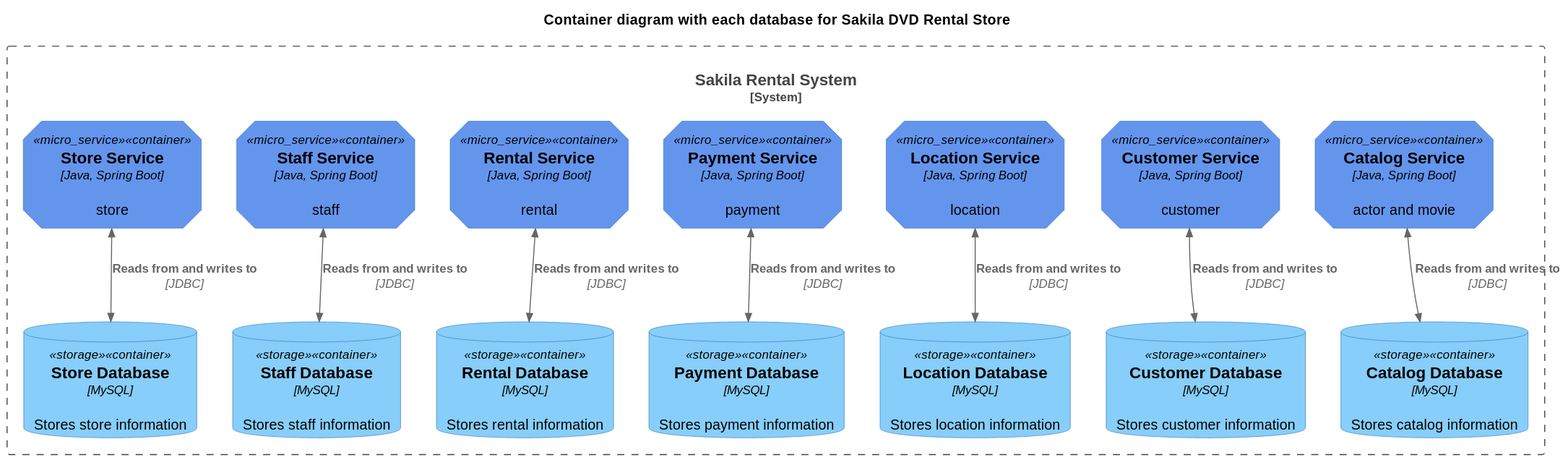
codejsha/sakila-microservices keeps this PlantUML diagram as diagram/sakila-db-container.svg. Above is the earlier version.
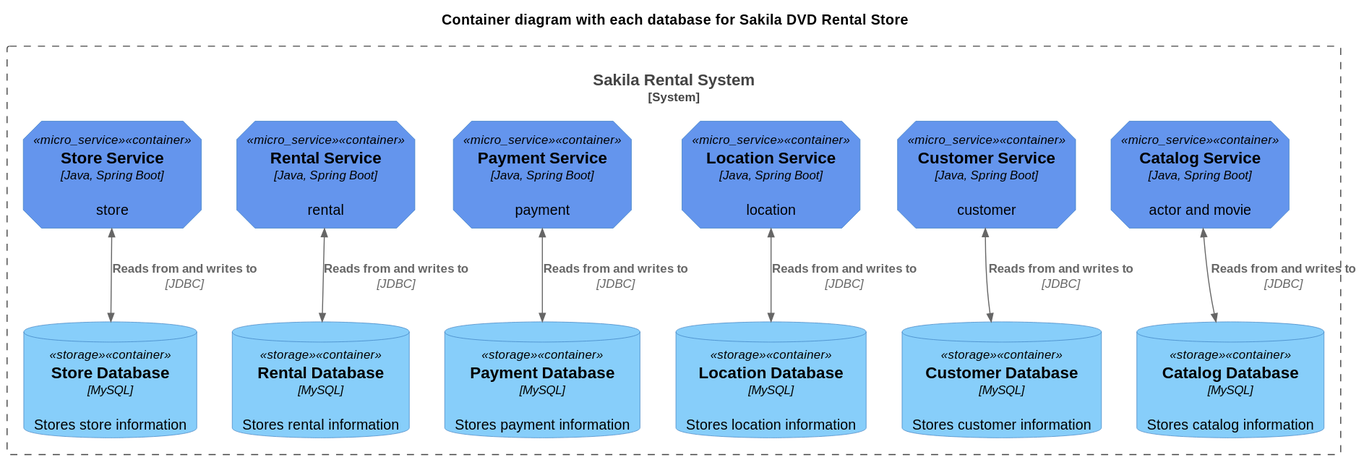
After the commit.

Change to the diagram source:
```diff
@@ -12,7 +12,6 @@
     Container(location_service, "Location Service", "Java, Spring Boot", "location", $tags = "micro_service")
     Container(payment_service, "Payment Service", "Java, Spring Boot", "payment", $tags = "micro_service")
     Container(rental_service, "Rental Service", "Java, Spring Boot", "rental", $tags = "micro_service")
-    Container(staff_service, "Staff Service", "Java, Spring Boot", "staff", $tags = "micro_service")
     Container(store_service, "Store Service", "Java, Spring Boot", "store", $tags = "micro_service")
 
     ContainerDb(catalog_db, "Catalog Database", "MySQL", "Stores catalog information", $tags = "storage")
@@ -20,7 +19,6 @@
     ContainerDb(location_db, "Location Database", "MySQL", "Stores location information", $tags = "storage")
     ContainerDb(payment_db, "Payment Database", "MySQL", "Stores payment information", $tags = "storage")
     ContainerDb(rental_db, "Rental Database", "MySQL", "Stores rental information", $tags = "storage")
-    ContainerDb(staff_db, "Staff Database", "MySQL", "Stores staff information", $tags = "storage")
     ContainerDb(store_db, "Store Database", "MySQL", "Stores store information", $tags = "storage")
 }
 
@@ -29,6 +27,5 @@
 BiRel(location_service, location_db, "Reads from and writes to", "JDBC")
 BiRel(payment_service, payment_db, "Reads from and writes to", "JDBC")
 BiRel(rental_service, rental_db, "Reads from and writes to", "JDBC")
-BiRel(staff_service, staff_db, "Reads from and writes to", "JDBC")
 BiRel(store_service, store_db, "Reads from and writes to", "JDBC")
 @enduml
```
